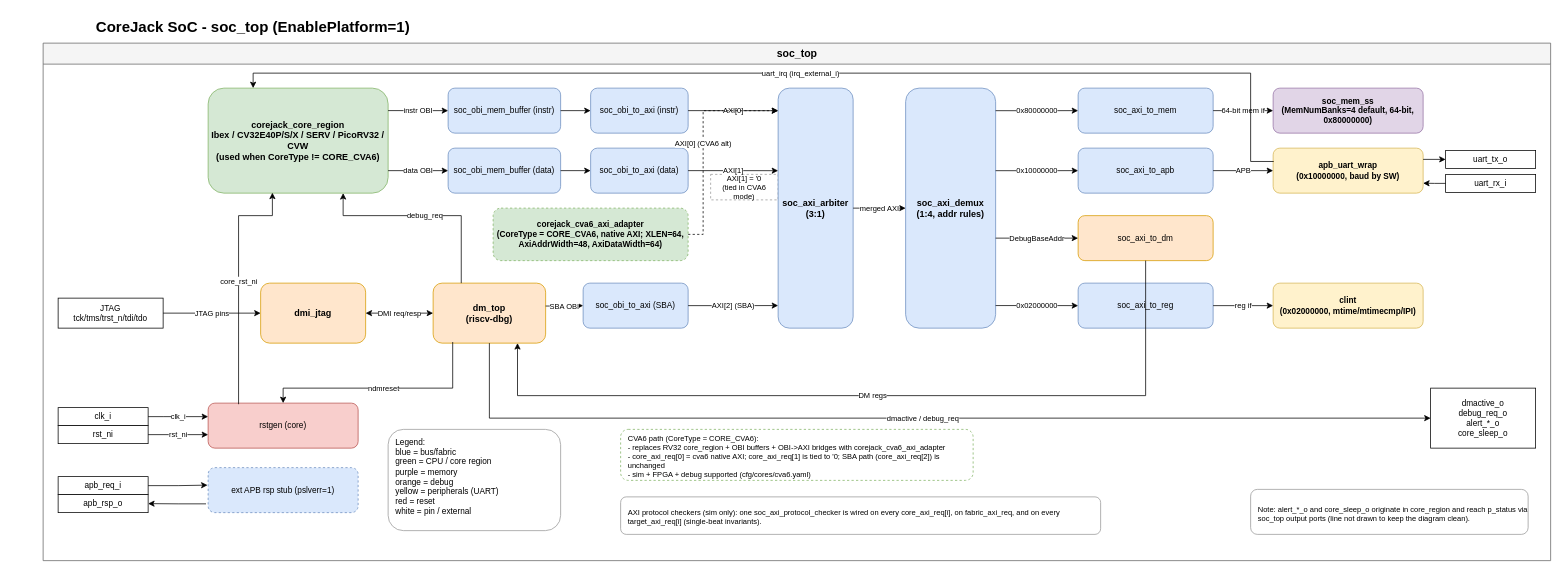
Before: page "SoC Top-Level" (1 of 8) of docs/media/corejack_soc.drawio in patrickerich/corejack, a draw.io diagram. Source tidied: cells renumbered, new cells numbered last; positions are measured from the earlier drawing's top-left corner, leaving out a move shared by most shapes. Both pictures are drawn from the tidied source at 75%, with x=0, y=0 at pixel (13, 13).
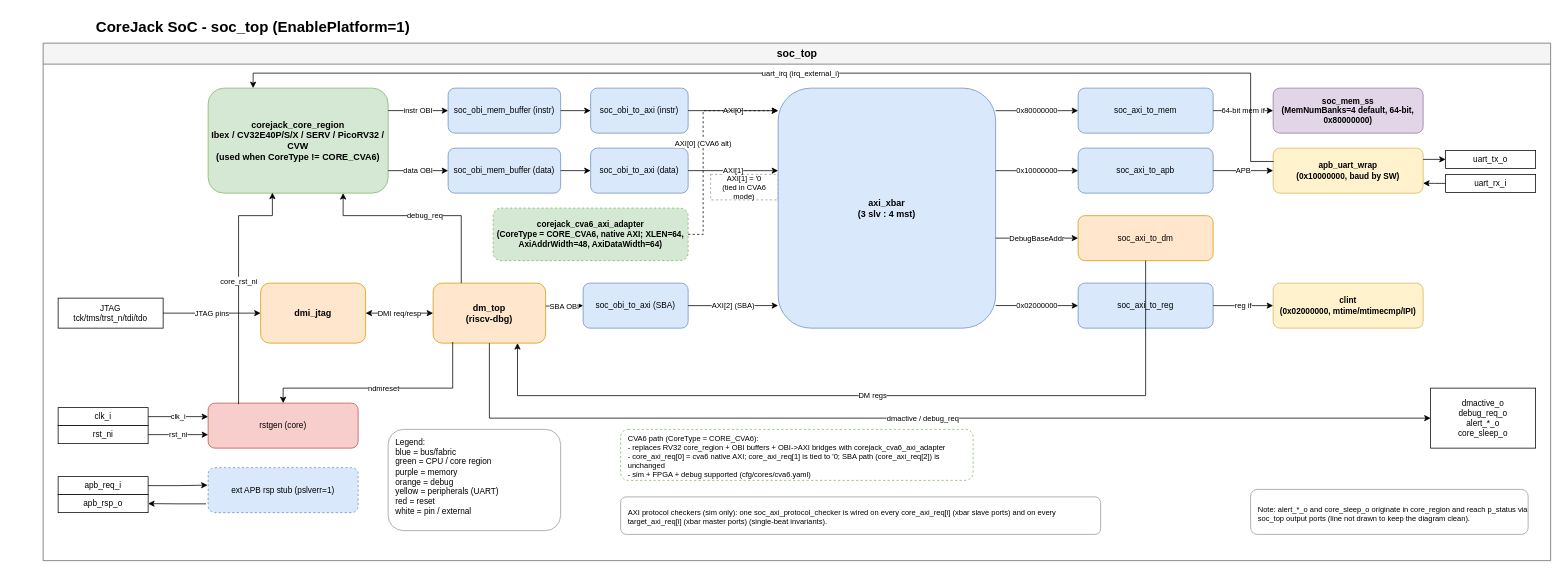
The same page after the edit.

Commit message (it also covers changes not shown here):
Update SoC diagrams for the axi_xbar fabric

The change refers to these unchanged cells:
```xml
<mxCell id="3" value="soc_top" style="swimlane;fontSize=14;fontStyle=1;html=1;startSize=28;fillColor=#F5F5F5;strokeColor=#666666;swimlaneFillColor=#FFFFFF;" parent="1" vertex="1">
  <mxGeometry x="40" y="40" width="2010" height="690" as="geometry" />
</mxCell>
<mxCell id="13" value="corejack_cva6_axi_adapter&#10;(CoreType = CORE_CVA6, native AXI; XLEN=64, AxiAddrWidth=48, AxiDataWidth=64)" style="rounded=1;whiteSpace=wrap;html=1;fillColor=#d5e8d4;strokeColor=#82b366;fontSize=11;fontStyle=1;verticalAlign=middle;dashed=1;" parent="3" vertex="1">
  <mxGeometry x="600" y="220" width="260" height="70" as="geometry" />
</mxCell>
<mxCell id="19" value="soc_obi_to_axi (instr)" style="rounded=1;whiteSpace=wrap;html=1;fillColor=#dae8fc;strokeColor=#6c8ebf;fontSize=11;verticalAlign=middle;" parent="3" vertex="1">
  <mxGeometry x="730" y="60" width="130" height="60" as="geometry" />
</mxCell>
<mxCell id="20" value="soc_obi_to_axi (data)" style="rounded=1;whiteSpace=wrap;html=1;fillColor=#dae8fc;strokeColor=#6c8ebf;fontSize=11;verticalAlign=middle;" parent="3" vertex="1">
  <mxGeometry x="730" y="140" width="130" height="60" as="geometry" />
</mxCell>
<mxCell id="21" value="soc_obi_to_axi (SBA)" style="rounded=1;whiteSpace=wrap;html=1;fillColor=#dae8fc;strokeColor=#6c8ebf;fontSize=11;verticalAlign=middle;" parent="3" vertex="1">
  <mxGeometry x="720" y="320" width="140" height="60" as="geometry" />
</mxCell>
<mxCell id="24" value="soc_axi_to_mem" style="rounded=1;whiteSpace=wrap;html=1;fillColor=#dae8fc;strokeColor=#6c8ebf;fontSize=11;verticalAlign=middle;" parent="3" vertex="1">
  <mxGeometry x="1380" y="60" width="180" height="60" as="geometry" />
</mxCell>
<mxCell id="25" value="soc_axi_to_apb" style="rounded=1;whiteSpace=wrap;html=1;fillColor=#dae8fc;strokeColor=#6c8ebf;fontSize=11;verticalAlign=middle;" parent="3" vertex="1">
  <mxGeometry x="1380" y="140" width="180" height="60" as="geometry" />
</mxCell>
<mxCell id="26" value="soc_axi_to_reg" style="rounded=1;whiteSpace=wrap;html=1;fillColor=#dae8fc;strokeColor=#6c8ebf;fontSize=11;verticalAlign=middle;" parent="3" vertex="1">
  <mxGeometry x="1380" y="320" width="180" height="60" as="geometry" />
</mxCell>
<mxCell id="27" value="soc_axi_to_dm" style="rounded=1;whiteSpace=wrap;html=1;fillColor=#ffe6cc;strokeColor=#d79b00;fontSize=11;verticalAlign=middle;" parent="3" vertex="1">
  <mxGeometry x="1380" y="230" width="180" height="60" as="geometry" />
</mxCell>
```

What changed in the source:
```diff
@@
-    <mxCell id="16" value="AXI protocol checkers (sim only): one soc_axi_protocol_checker is wired on every core_axi_req[i], on fabric_axi_req, and on every target_axi_req[i] (single-beat invariants)." style="rounded=1;whiteSpace=wrap;html=1;fillColor=#FFFFFF;strokeColor=#999999;fontSize=10;align=left;spacingLeft=8;spacingTop=4;" parent="3" vertex="1">
+    <mxCell id="16" value="AXI protocol checkers (sim only): one soc_axi_protocol_checker is wired on every core_axi_req[i] (xbar slave ports) and on every target_axi_req[i] (xbar master ports) (single-beat invariants)." style="rounded=1;whiteSpace=wrap;html=1;fillColor=#FFFFFF;strokeColor=#999999;fontSize=10;align=left;spacingLeft=8;spacingTop=4;" parent="3" vertex="1">
       <mxGeometry x="770" y="605" width="640" height="50" as="geometry" />
     </mxCell>
@@
-    <mxCell id="22" value="soc_axi_arbiter&#10;(3:1)" style="rounded=1;whiteSpace=wrap;html=1;fillColor=#dae8fc;strokeColor=#6c8ebf;fontSize=12;fontStyle=1;verticalAlign=middle;" parent="3" vertex="1">
-      <mxGeometry x="980" y="60" width="100" height="320" as="geometry" />
-    </mxCell>
-    <mxCell id="23" value="soc_axi_demux&#10;(1:4, addr rules)" style="rounded=1;whiteSpace=wrap;html=1;fillColor=#dae8fc;strokeColor=#6c8ebf;fontSize=12;fontStyle=1;verticalAlign=middle;" parent="3" vertex="1">
-      <mxGeometry x="1150" y="60" width="120" height="320" as="geometry" />
-    </mxCell>
+    <mxCell id="68" value="axi_xbar&#10;(3 slv : 4 mst)" style="rounded=1;whiteSpace=wrap;html=1;fillColor=#dae8fc;strokeColor=#6c8ebf;fontSize=12;fontStyle=1;verticalAlign=middle;" parent="3" vertex="1">
+      <mxGeometry x="980" y="60" width="290" height="320" as="geometry" />
+    </mxCell>
@@
-    <mxCell id="40" value="AXI[0]" style="endArrow=classic;html=1;edgeStyle=orthogonalEdgeStyle;rounded=0;exitX=1;exitY=0.5;entryX=0;entryY=0.094;fontSize=10;" parent="3" edge="1" source="19" target="22">
+    <mxCell id="40" value="AXI[0]" style="endArrow=classic;html=1;edgeStyle=orthogonalEdgeStyle;rounded=0;exitX=1;exitY=0.5;entryX=0;entryY=0.094;fontSize=10;" parent="3" edge="1" source="19" target="68">
       <mxGeometry relative="1" as="geometry" />
     </mxCell>
-    <mxCell id="41" value="AXI[1]" style="endArrow=classic;html=1;edgeStyle=orthogonalEdgeStyle;rounded=0;exitX=1;exitY=0.5;entryX=0;entryY=0.344;fontSize=10;" parent="3" edge="1" source="20" target="22">
+    <mxCell id="41" value="AXI[1]" style="endArrow=classic;html=1;edgeStyle=orthogonalEdgeStyle;rounded=0;exitX=1;exitY=0.5;entryX=0;entryY=0.344;fontSize=10;" parent="3" edge="1" source="20" target="68">
       <mxGeometry relative="1" as="geometry" />
     </mxCell>
-    <mxCell id="42" value="AXI[0] (CVA6 alt)" style="endArrow=classic;html=1;edgeStyle=orthogonalEdgeStyle;rounded=0;exitX=1;exitY=0.5;entryX=0;entryY=0.094;fontSize=10;dashed=1;" parent="3" edge="1" source="13" target="22">
+    <mxCell id="42" value="AXI[0] (CVA6 alt)" style="endArrow=classic;html=1;edgeStyle=orthogonalEdgeStyle;rounded=0;exitX=1;exitY=0.5;entryX=0;entryY=0.094;fontSize=10;dashed=1;" parent="3" edge="1" source="13" target="68">
       <mxGeometry relative="1" as="geometry">
         <Array as="points">
           <mxPoint x="880" y="255" />
           <mxPoint x="880" y="90" />
         </Array>
       </mxGeometry>
     </mxCell>
-    <mxCell id="43" value="AXI[2] (SBA)" style="endArrow=classic;html=1;edgeStyle=orthogonalEdgeStyle;rounded=0;exitX=1;exitY=0.5;entryX=0;entryY=0.906;fontSize=10;" parent="3" edge="1" source="21" target="22">
+    <mxCell id="43" value="AXI[2] (SBA)" style="endArrow=classic;html=1;edgeStyle=orthogonalEdgeStyle;rounded=0;exitX=1;exitY=0.5;entryX=0;entryY=0.906;fontSize=10;" parent="3" edge="1" source="21" target="68">
       <mxGeometry relative="1" as="geometry" />
     </mxCell>
-    <mxCell id="44" value="merged AXI" style="endArrow=classic;html=1;edgeStyle=orthogonalEdgeStyle;rounded=0;exitX=1;exitY=0.5;entryX=0;entryY=0.5;fontSize=10;" parent="3" edge="1" source="22" target="23">
-      <mxGeometry relative="1" as="geometry" />
-    </mxCell>
-    <mxCell id="45" value="0x80000000" style="endArrow=classic;html=1;edgeStyle=orthogonalEdgeStyle;rounded=0;exitX=1;exitY=0.094;entryX=0;entryY=0.5;fontSize=10;" parent="3" edge="1" source="23" target="24">
+    <mxCell id="45" value="0x80000000" style="endArrow=classic;html=1;edgeStyle=orthogonalEdgeStyle;rounded=0;exitX=1;exitY=0.094;entryX=0;entryY=0.5;fontSize=10;" parent="3" edge="1" source="68" target="24">
       <mxGeometry relative="1" as="geometry" />
     </mxCell>
-    <mxCell id="46" value="0x10000000" style="endArrow=classic;html=1;edgeStyle=orthogonalEdgeStyle;rounded=0;exitX=1;exitY=0.344;entryX=0;entryY=0.5;fontSize=10;" parent="3" edge="1" source="23" target="25">
+    <mxCell id="46" value="0x10000000" style="endArrow=classic;html=1;edgeStyle=orthogonalEdgeStyle;rounded=0;exitX=1;exitY=0.344;entryX=0;entryY=0.5;fontSize=10;" parent="3" edge="1" source="68" target="25">
       <mxGeometry relative="1" as="geometry" />
     </mxCell>
-    <mxCell id="47" value="0x02000000" style="endArrow=classic;html=1;edgeStyle=orthogonalEdgeStyle;rounded=0;exitX=1;exitY=0.906;entryX=0;entryY=0.5;fontSize=10;" parent="3" edge="1" source="23" target="26">
+    <mxCell id="47" value="0x02000000" style="endArrow=classic;html=1;edgeStyle=orthogonalEdgeStyle;rounded=0;exitX=1;exitY=0.906;entryX=0;entryY=0.5;fontSize=10;" parent="3" edge="1" source="68" target="26">
       <mxGeometry relative="1" as="geometry" />
     </mxCell>
-    <mxCell id="48" value="DebugBaseAddr" style="endArrow=classic;html=1;edgeStyle=orthogonalEdgeStyle;rounded=0;exitX=1;exitY=0.625;entryX=0;entryY=0.5;fontSize=10;" parent="3" edge="1" source="23" target="27">
+    <mxCell id="48" value="DebugBaseAddr" style="endArrow=classic;html=1;edgeStyle=orthogonalEdgeStyle;rounded=0;exitX=1;exitY=0.625;entryX=0;entryY=0.5;fontSize=10;" parent="3" edge="1" source="68" target="27">
       <mxGeometry relative="1" as="geometry" />
     </mxCell>
```
